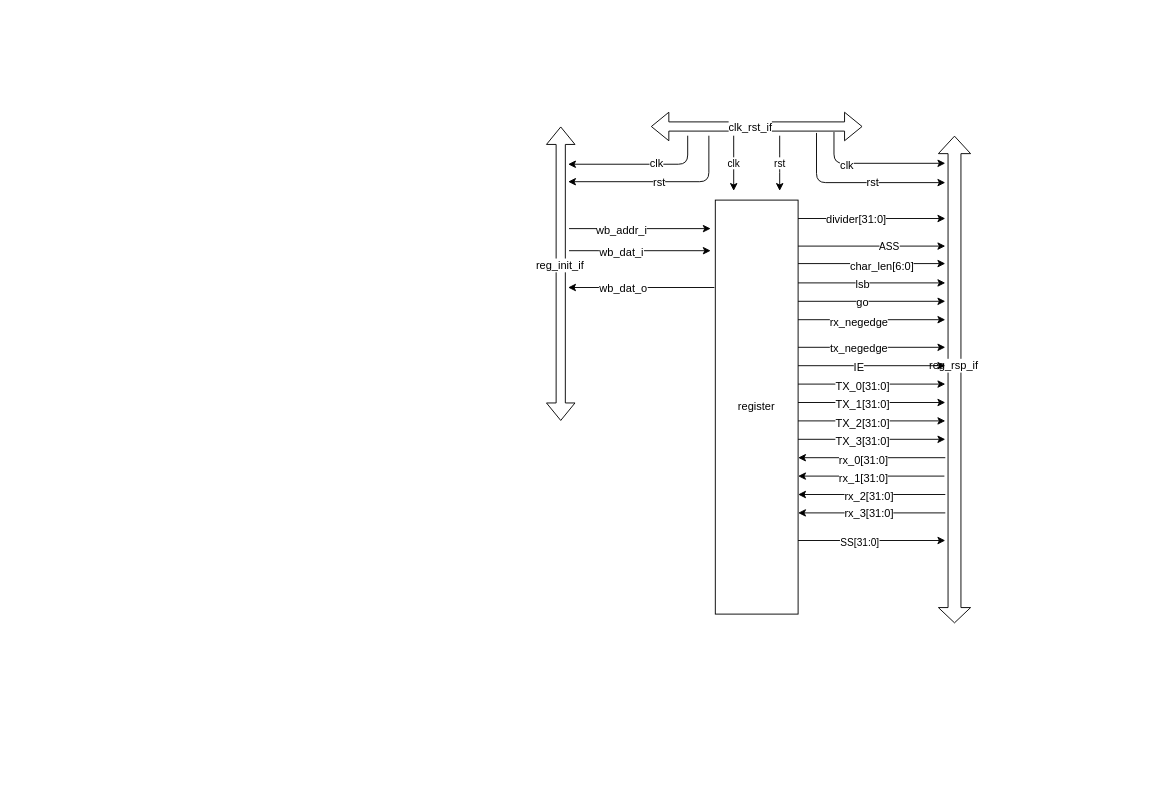
The draw.io diagram 寄存器读写验证.drawio in ghr12345/firsttest, before the edit. Source tidied: cells renumbered, new cells numbered last; positions are measured from the earlier drawing's top-left corner, leaving out a move shared by most shapes. Both pictures are drawn from the tidied source at 92%, with x=0, y=0 at pixel (560, 126).
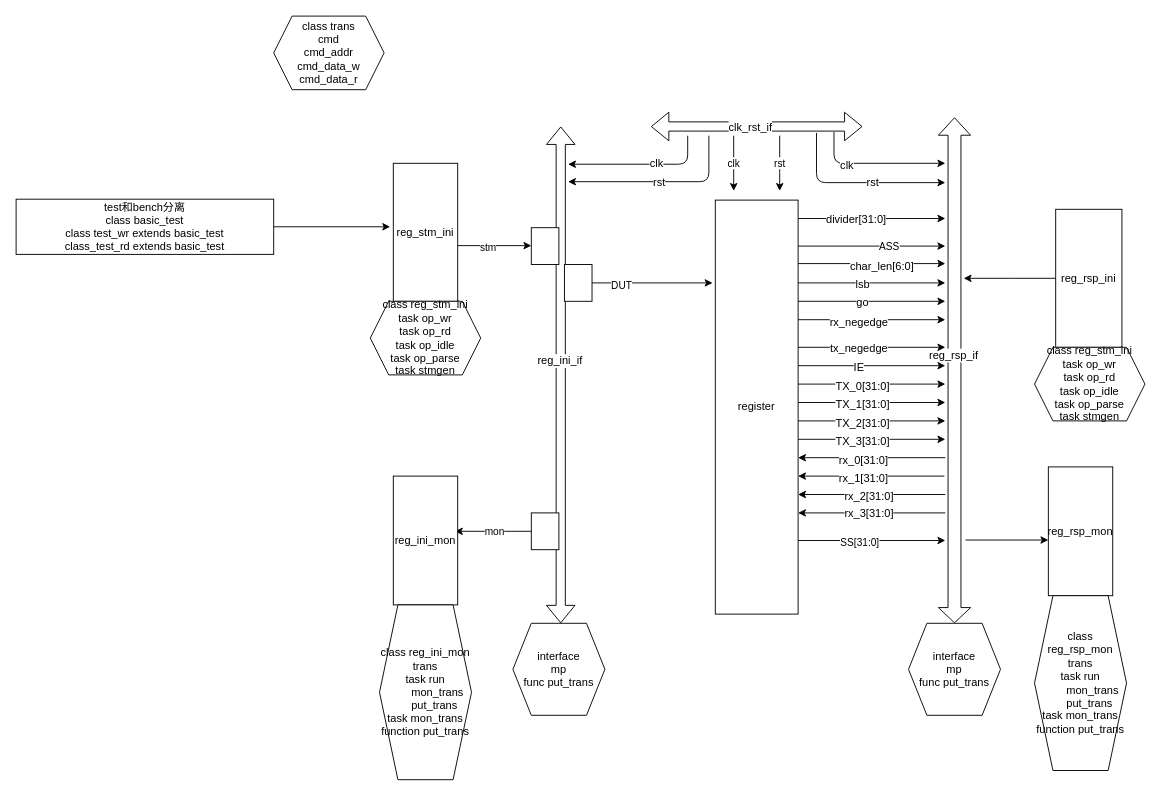
The same page after the edit.

Commit message:
更新寄存器读写验证.drawio

Change to the diagram source:
```diff
@@
     <mxCell id="7" style="shape=flexArrow;endArrow=classic;startArrow=classic;html=1;" parent="1" edge="1">
       <mxGeometry relative="1" as="geometry">
-        <mxPoint y="320" as="sourcePoint" />
+        <mxPoint y="540" as="sourcePoint" />
         <mxPoint as="targetPoint" />
       </mxGeometry>
     </mxCell>
-    <mxCell id="8" value="reg_init_if" style="text;html=1;align=center;verticalAlign=middle;labelBackgroundColor=#ffffff;" parent="7" vertex="1">
+    <mxCell id="8" value="reg_ini_if" style="text;html=1;align=center;verticalAlign=middle;labelBackgroundColor=#ffffff;" parent="7" vertex="1">
       <mxGeometry x="0.06" y="2" relative="1" as="geometry" />
     </mxCell>
@@
-    <mxCell id="17" style="endArrow=classic;html=1;entryX=-0.067;entryY=0.742;entryDx=0;entryDy=0;entryPerimeter=0;" parent="1" edge="1">
-      <mxGeometry relative="1" as="geometry">
-        <mxPoint x="9" y="111" as="sourcePoint" />
-        <mxPoint x="163" y="111" as="targetPoint" />
-      </mxGeometry>
-    </mxCell>
-    <mxCell id="18" value="wb_addr_i" style="text;html=1;align=center;verticalAlign=middle;labelBackgroundColor=#ffffff;" parent="17" vertex="1">
-      <mxGeometry x="-0.27" y="-1" relative="1" as="geometry" />
-    </mxCell>
-    <mxCell id="19" style="endArrow=classic;html=1;entryX=-0.067;entryY=0.742;entryDx=0;entryDy=0;entryPerimeter=0;" parent="1" edge="1">
-      <mxGeometry relative="1" as="geometry">
-        <mxPoint x="9" y="135" as="sourcePoint" />
-        <mxPoint x="163" y="135" as="targetPoint" />
-      </mxGeometry>
-    </mxCell>
-    <mxCell id="20" value="wb_dat_i" style="text;html=1;align=center;verticalAlign=middle;labelBackgroundColor=#ffffff;" parent="19" vertex="1">
-      <mxGeometry x="-0.27" y="-1" relative="1" as="geometry" />
-    </mxCell>
-    <mxCell id="21" style="endArrow=classic;html=1;" parent="1" edge="1">
-      <mxGeometry relative="1" as="geometry">
-        <mxPoint x="167" y="175" as="sourcePoint" />
-        <mxPoint x="8" y="175" as="targetPoint" />
-      </mxGeometry>
-    </mxCell>
-    <mxCell id="22" value="wb_dat_o" style="text;html=1;align=center;verticalAlign=middle;labelBackgroundColor=#ffffff;" parent="21" vertex="1">
-      <mxGeometry x="-0.27" y="-1" relative="1" as="geometry">
-        <mxPoint x="-42" y="1" as="offset" />
-      </mxGeometry>
-    </mxCell>
@@
     <mxCell id="25" style="shape=flexArrow;endArrow=classic;startArrow=classic;html=1;width=14;startSize=5.2;" parent="1" edge="1">
       <mxGeometry relative="1" as="geometry">
         <mxPoint x="428" y="540" as="sourcePoint" />
-        <mxPoint x="428" y="10" as="targetPoint" />
+        <mxPoint x="428" y="-10" as="targetPoint" />
       </mxGeometry>
     </mxCell>
@@
+    <mxCell id="60" value="reg_stm_ini" style="rounded=0;whiteSpace=wrap;html=1;" parent="1" vertex="1">
+      <mxGeometry x="-182" y="40" width="70" height="150" as="geometry" />
+    </mxCell>
+    <mxCell id="61" style="endArrow=classic;html=1;" parent="1" edge="1">
+      <mxGeometry relative="1" as="geometry">
+        <mxPoint x="-112" y="129.5" as="sourcePoint" />
+        <mxPoint x="-32" y="129.5" as="targetPoint" />
+      </mxGeometry>
+    </mxCell>
+    <mxCell id="62" value="stm" style="edgeLabel;html=1;align=center;verticalAlign=middle;" parent="61" vertex="1">
+      <mxGeometry x="-0.21" y="-2" relative="1" as="geometry" />
+    </mxCell>
+    <mxCell id="63" value="class reg_stm_ini&lt;br&gt;task op_wr&lt;br&gt;task op_rd&lt;br&gt;task op_idle&lt;br&gt;task op_parse&lt;br&gt;task stmgen" style="shape=hexagon;perimeter=hexagonPerimeter2;whiteSpace=wrap;html=1;fixedSize=1;rounded=0;" parent="1" vertex="1">
+      <mxGeometry x="-207" y="190" width="120" height="80" as="geometry" />
+    </mxCell>
+    <mxCell id="64" value="class trans&lt;br&gt;cmd&lt;br&gt;cmd_addr&lt;br&gt;cmd_data_w&lt;br&gt;cmd_data_r" style="shape=hexagon;perimeter=hexagonPerimeter2;whiteSpace=wrap;html=1;fixedSize=1;" parent="1" vertex="1">
+      <mxGeometry x="-312" y="-120" width="120" height="80" as="geometry" />
+    </mxCell>
+    <mxCell id="65" style="edgeStyle=orthogonalEdgeStyle;rounded=0;jettySize=auto;html=1;exitX=1;exitY=0.5;exitDx=0;exitDy=0;entryX=-0.049;entryY=0.46;entryDx=0;entryDy=0;entryPerimeter=0;" parent="1" edge="1" source="66" target="60">
+      <mxGeometry relative="1" as="geometry" />
+    </mxCell>
+    <mxCell id="66" value="test和bench分离&lt;br&gt;class basic_test&lt;br&gt;class test_wr extends basic_test&lt;br&gt;class_test_rd extends basic_test" style="rounded=0;whiteSpace=wrap;html=1;" parent="1" vertex="1">
+      <mxGeometry x="-592" y="79" width="280" height="60" as="geometry" />
+    </mxCell>
+    <mxCell id="67" style="endArrow=classic;html=1;" parent="1" edge="1">
+      <mxGeometry relative="1" as="geometry">
+        <mxPoint x="-5" y="440" as="sourcePoint" />
+        <mxPoint x="-115" y="440" as="targetPoint" />
+      </mxGeometry>
+    </mxCell>
+    <mxCell id="68" value="mon" style="edgeLabel;html=1;align=center;verticalAlign=middle;" parent="67" vertex="1">
+      <mxGeometry x="0.23" relative="1" as="geometry" />
+    </mxCell>
+    <mxCell id="69" value="reg_ini_mon" style="rounded=0;whiteSpace=wrap;html=1;" parent="1" vertex="1">
+      <mxGeometry x="-182" y="380" width="70" height="140" as="geometry" />
+    </mxCell>
+    <mxCell id="70" value="interface&lt;br&gt;mp&lt;br&gt;func put_trans" style="shape=hexagon;perimeter=hexagonPerimeter2;whiteSpace=wrap;html=1;fixedSize=1;" parent="1" vertex="1">
+      <mxGeometry x="-52" y="540" width="100" height="100" as="geometry" />
+    </mxCell>
+    <mxCell id="71" value="class reg_ini_mon&lt;br&gt;trans&lt;br&gt;task run&lt;br&gt;&amp;nbsp; &amp;nbsp; &amp;nbsp; &amp;nbsp; mon_trans&lt;br&gt;&amp;nbsp; &amp;nbsp; &amp;nbsp; put_trans&lt;br&gt;task mon_trans&lt;br&gt;function put_trans" style="shape=hexagon;perimeter=hexagonPerimeter2;whiteSpace=wrap;html=1;fixedSize=1;" parent="1" vertex="1">
+      <mxGeometry x="-197" y="520" width="100" height="190" as="geometry" />
+    </mxCell>
+    <mxCell id="72" value="interface&lt;br&gt;mp&lt;br&gt;func put_trans" style="shape=hexagon;perimeter=hexagonPerimeter2;whiteSpace=wrap;html=1;fixedSize=1;" parent="1" vertex="1">
+      <mxGeometry x="378" y="540" width="100" height="100" as="geometry" />
+    </mxCell>
+    <mxCell id="73" style="edgeStyle=orthogonalEdgeStyle;rounded=0;jettySize=auto;html=1;" parent="1" edge="1" source="74">
+      <mxGeometry relative="1" as="geometry">
+        <mxPoint x="438" y="165" as="targetPoint" />
+      </mxGeometry>
+    </mxCell>
+    <mxCell id="74" value="reg_rsp_ini" style="rounded=0;whiteSpace=wrap;html=1;" parent="1" vertex="1">
+      <mxGeometry x="538" y="90" width="72" height="150" as="geometry" />
+    </mxCell>
+    <mxCell id="75" value="class reg_stm_ini&lt;br&gt;task op_wr&lt;br&gt;task op_rd&lt;br&gt;task op_idle&lt;br&gt;task op_parse&lt;br&gt;task stmgen" style="shape=hexagon;perimeter=hexagonPerimeter2;whiteSpace=wrap;html=1;fixedSize=1;rounded=0;" parent="1" vertex="1">
+      <mxGeometry x="515" y="240" width="120" height="80" as="geometry" />
+    </mxCell>
+    <mxCell id="76" value="reg_rsp_mon" style="rounded=0;whiteSpace=wrap;html=1;" parent="1" vertex="1">
+      <mxGeometry x="530" y="370" width="70" height="140" as="geometry" />
+    </mxCell>
+    <mxCell id="77" value="class reg_rsp_mon&lt;br&gt;trans&lt;br&gt;task run&lt;br&gt;&amp;nbsp; &amp;nbsp; &amp;nbsp; &amp;nbsp; mon_trans&lt;br&gt;&amp;nbsp; &amp;nbsp; &amp;nbsp; put_trans&lt;br&gt;task mon_trans&lt;br&gt;function put_trans" style="shape=hexagon;perimeter=hexagonPerimeter2;whiteSpace=wrap;html=1;fixedSize=1;" parent="1" vertex="1">
+      <mxGeometry x="515" y="510" width="100" height="190" as="geometry" />
+    </mxCell>
+    <mxCell id="78" style="endArrow=classic;html=1;" parent="1" edge="1">
+      <mxGeometry relative="1" as="geometry">
+        <mxPoint x="440" y="449.5" as="sourcePoint" />
+        <mxPoint x="530" y="449.5" as="targetPoint" />
+      </mxGeometry>
+    </mxCell>
+    <mxCell id="79" style="endArrow=classic;html=1;" parent="1" edge="1">
+      <mxGeometry relative="1" as="geometry">
+        <mxPoint x="8" y="170" as="sourcePoint" />
+        <mxPoint x="165" y="170" as="targetPoint" />
+      </mxGeometry>
+    </mxCell>
+    <mxCell id="80" value="DUT" style="edgeLabel;html=1;align=center;verticalAlign=middle;" parent="79" vertex="1">
+      <mxGeometry x="-0.27" y="-2" relative="1" as="geometry" />
+    </mxCell>
+    <mxCell id="81" style="rounded=0;whiteSpace=wrap;html=1;" parent="1" vertex="1">
+      <mxGeometry x="-32" y="110" width="30" height="40" as="geometry" />
+    </mxCell>
+    <mxCell id="82" style="rounded=0;whiteSpace=wrap;html=1;" parent="1" vertex="1">
+      <mxGeometry x="-32" y="420" width="30" height="40" as="geometry" />
+    </mxCell>
+    <mxCell id="83" style="rounded=0;whiteSpace=wrap;html=1;" parent="1" vertex="1">
+      <mxGeometry x="4" y="150" width="30" height="40" as="geometry" />
+    </mxCell>
```
